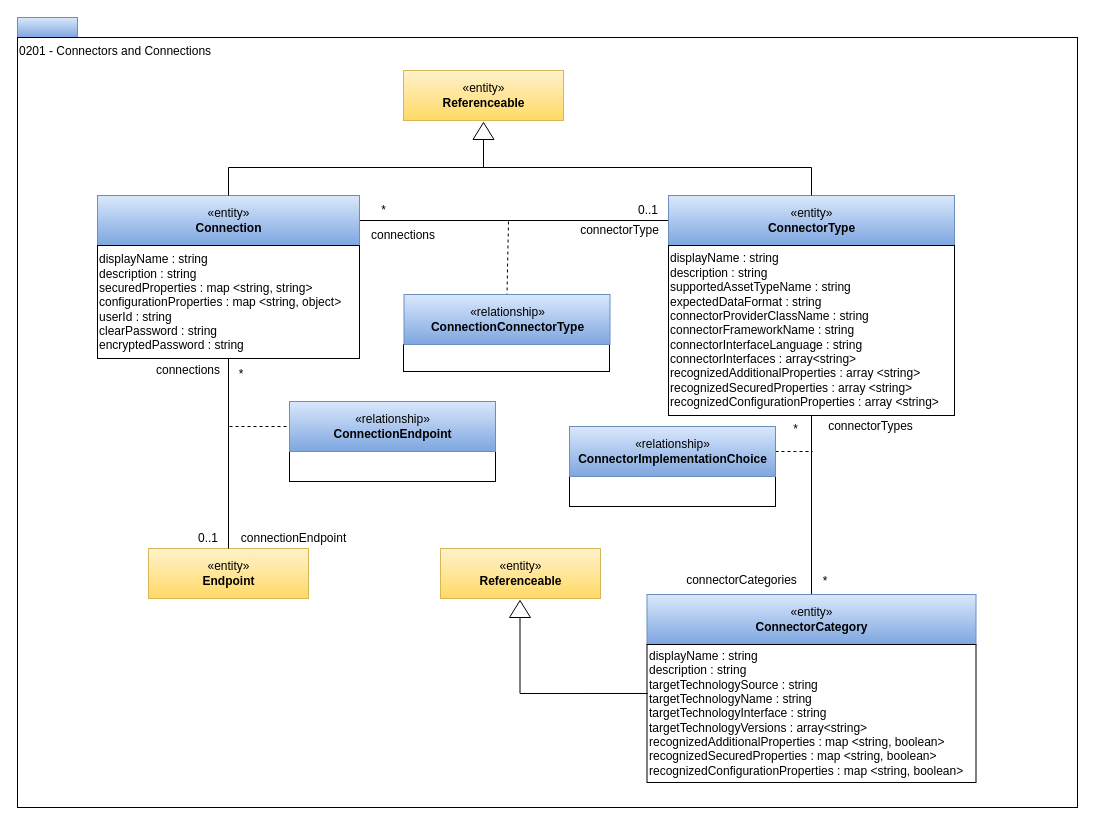
Above: page "0201-Connectors-and-Connections" (2 of 21) of open-metadata-publication/website/open-metadata-types/area-2-assets.drawio in odpi/egeria (draw.io), before the change. Source tidied: cells renumbered, new cells numbered last; positions are measured from the earlier drawing's top-left corner, leaving out a move shared by most shapes. Both pictures are drawn from the tidied source at 100%, with x=0, y=0 at pixel (17, 17).
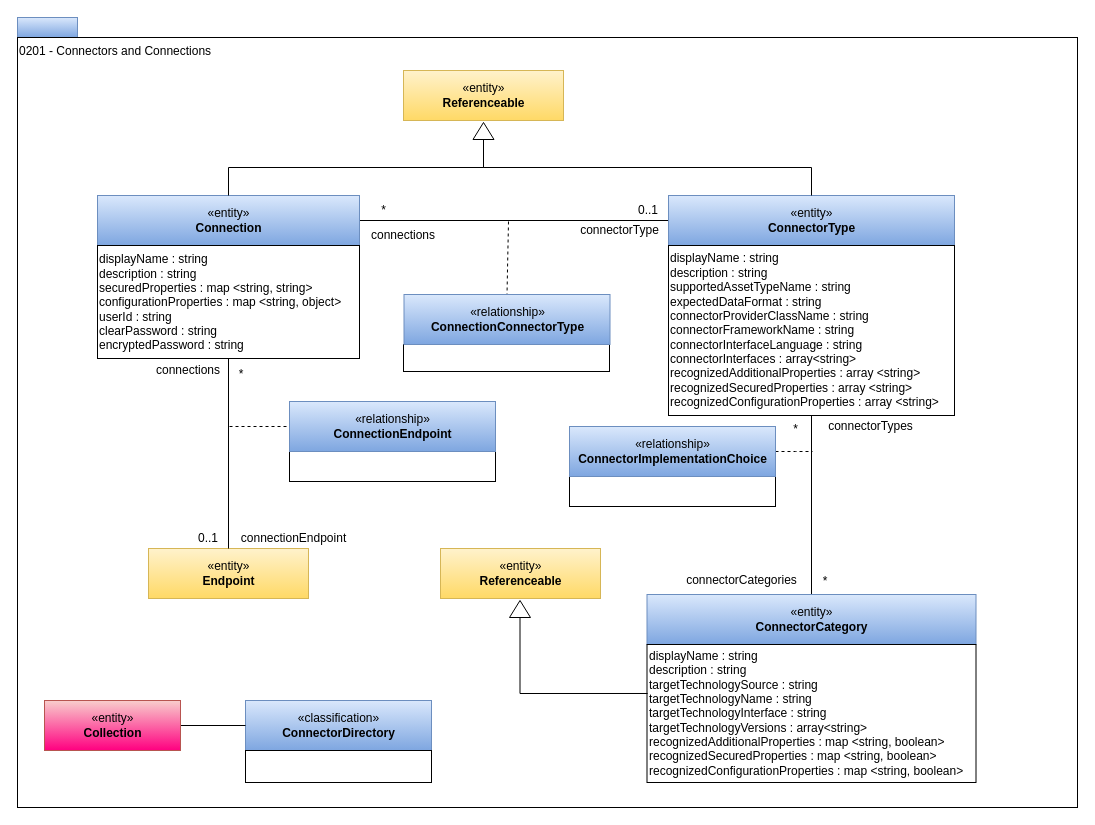
The same diagram, later.

Change to the diagram source:
```diff
@@
+    <mxCell id="42" value="«classification»&lt;br&gt;&lt;b&gt;ConnectorDirectory&lt;/b&gt;" style="html=1;strokeColor=#6c8ebf;align=center;fillColor=#dae8fc;gradientColor=#7ea6e0;" parent="1" vertex="1">
+      <mxGeometry x="228" y="683" width="186" height="50" as="geometry" />
+    </mxCell>
+    <mxCell id="43" style="rounded=0;whiteSpace=wrap;html=1;strokeColor=#000000;gradientColor=#ffffff;align=left;" parent="1" vertex="1">
+      <mxGeometry x="228" y="733" width="186" height="32" as="geometry" />
+    </mxCell>
+    <mxCell id="44" style="edgeStyle=orthogonalEdgeStyle;rounded=0;jettySize=auto;html=1;exitX=1;exitY=0.5;exitDx=0;exitDy=0;entryX=0;entryY=0.5;entryDx=0;entryDy=0;endArrow=none;endFill=0;" parent="1" edge="1" source="45" target="42">
+      <mxGeometry relative="1" as="geometry" />
+    </mxCell>
+    <mxCell id="45" value="«entity»&lt;br&gt;&lt;b&gt;Collection&lt;/b&gt;" style="html=1;strokeColor=#b85450;align=center;fillColor=#f8cecc;gradientColor=#FF0080;" parent="1" vertex="1">
+      <mxGeometry x="27" y="683" width="136" height="50" as="geometry" />
+    </mxCell>
```
